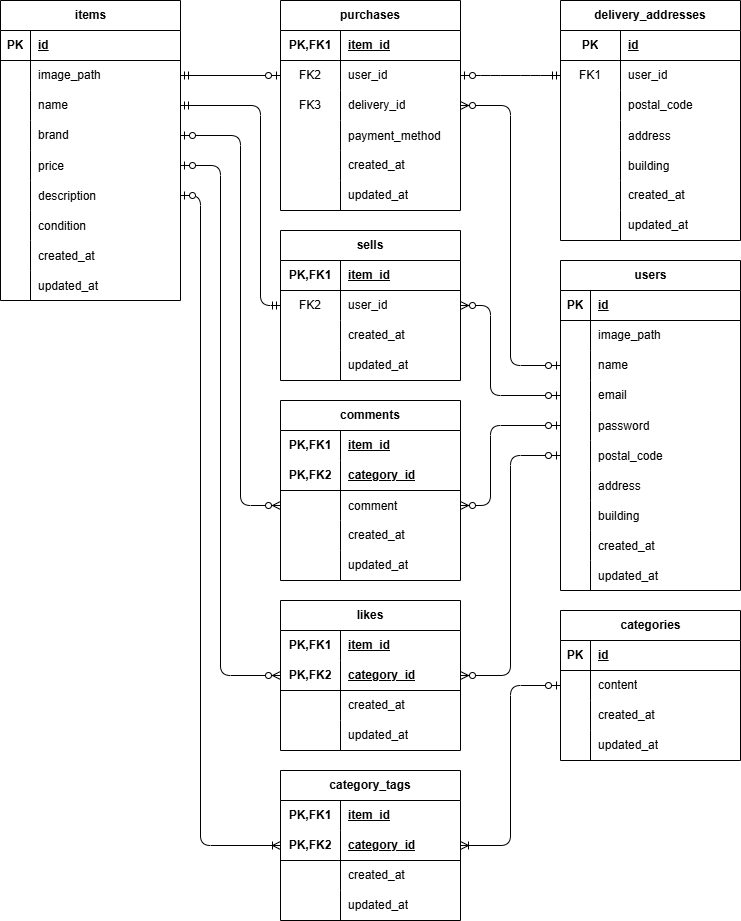
fujiwara-k0814/first-mock-project keeps this draw.io diagram as docs/er-diagram.drawio.png. Above is the earlier version. Source tidied: cells renumbered, new cells last; positions are measured from the earlier drawing's top-left corner, leaving out a move shared by most shapes.
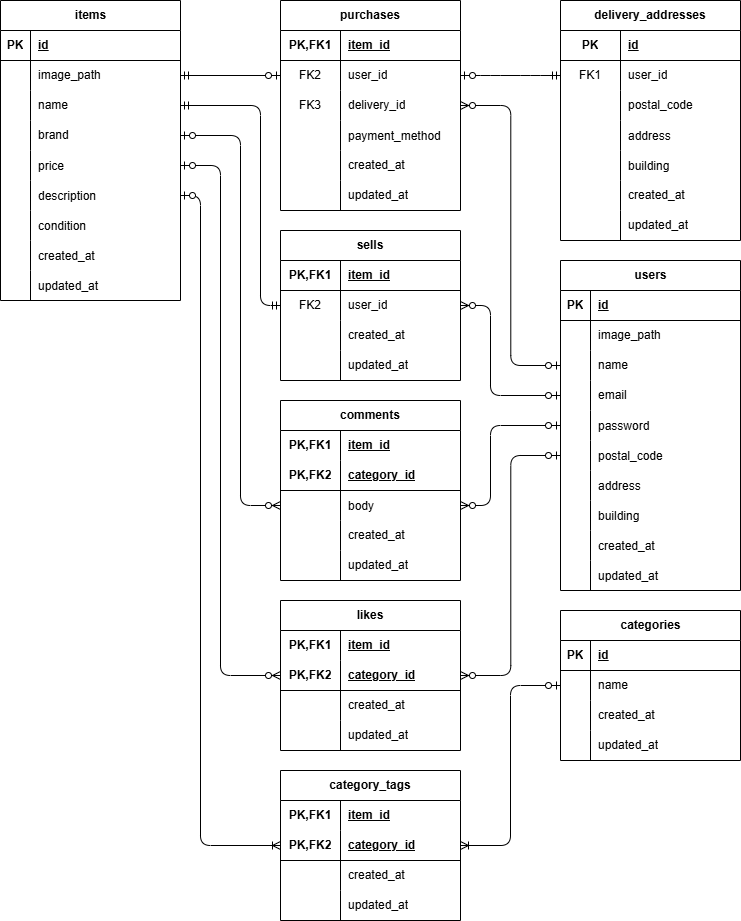
Later version of the same file.

What changed in the source:
```diff
@@ -143,7 +143,7 @@
     <mxCell id="48" style="shape=partialRectangle;fillColor=none;top=0;left=0;bottom=0;right=0;overflow=hidden;whiteSpace=wrap;html=1;" parent="47" vertex="1">
       <mxGeometry width="30" height="30" as="geometry" />
     </mxCell>
-    <mxCell id="49" value="content" style="shape=partialRectangle;fillColor=none;top=0;left=0;bottom=0;right=0;align=left;spacingLeft=6;overflow=hidden;whiteSpace=wrap;html=1;" parent="47" vertex="1">
+    <mxCell id="49" value="name" style="shape=partialRectangle;fillColor=none;top=0;left=0;bottom=0;right=0;align=left;spacingLeft=6;overflow=hidden;whiteSpace=wrap;html=1;" parent="47" vertex="1">
       <mxGeometry x="30" width="150" height="30" as="geometry" />
     </mxCell>
     <mxCell id="50" style="shape=tableRow;horizontal=0;startSize=0;swimlaneHead=0;swimlaneBody=0;fillColor=none;top=0;left=0;right=0;bottom=0;" parent="43" vertex="1">
@@ -287,7 +287,7 @@
     <mxCell id="96" style="shape=partialRectangle;fillColor=none;top=0;left=0;bottom=0;right=0;overflow=hidden;" parent="95" vertex="1">
       <mxGeometry width="60" height="30" as="geometry" />
     </mxCell>
-    <mxCell id="97" value="comment" style="shape=partialRectangle;fillColor=none;top=0;left=0;bottom=0;right=0;align=left;spacingLeft=6;overflow=hidden;" parent="95" vertex="1">
+    <mxCell id="97" value="body" style="shape=partialRectangle;fillColor=none;top=0;left=0;bottom=0;right=0;align=left;spacingLeft=6;overflow=hidden;" parent="95" vertex="1">
       <mxGeometry x="60" width="120" height="30" as="geometry" />
     </mxCell>
     <mxCell id="98" style="shape=tableRow;horizontal=0;startSize=0;swimlaneHead=0;swimlaneBody=0;fillColor=none;top=0;left=0;right=0;bottom=0;html=1;" parent="88" vertex="1">
```
